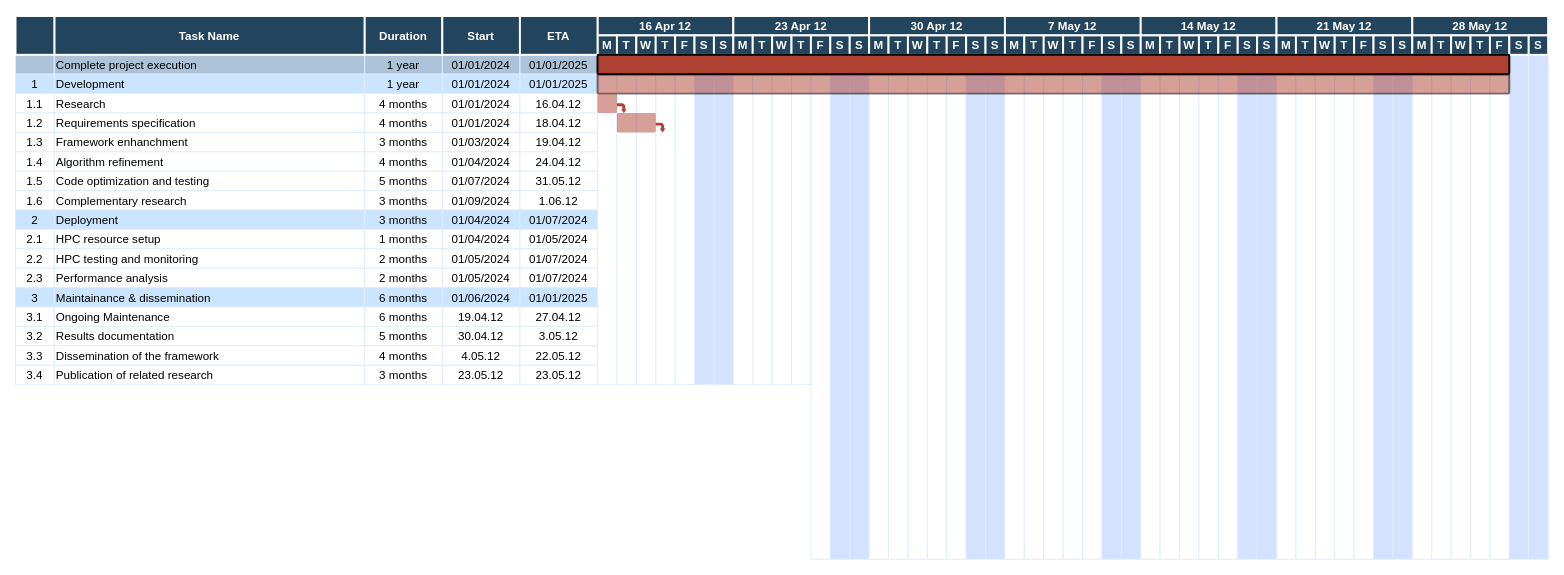
Above: docs/GANTT-cineca.drawio in josura/c2c-sepia (draw.io), before the change. Source tidied: cells renumbered, new cells numbered last; positions are measured from the earlier drawing's top-left corner, leaving out a move shared by most shapes. Both pictures are drawn from the tidied source at 97%, with x=0, y=0 at pixel (15, 16).
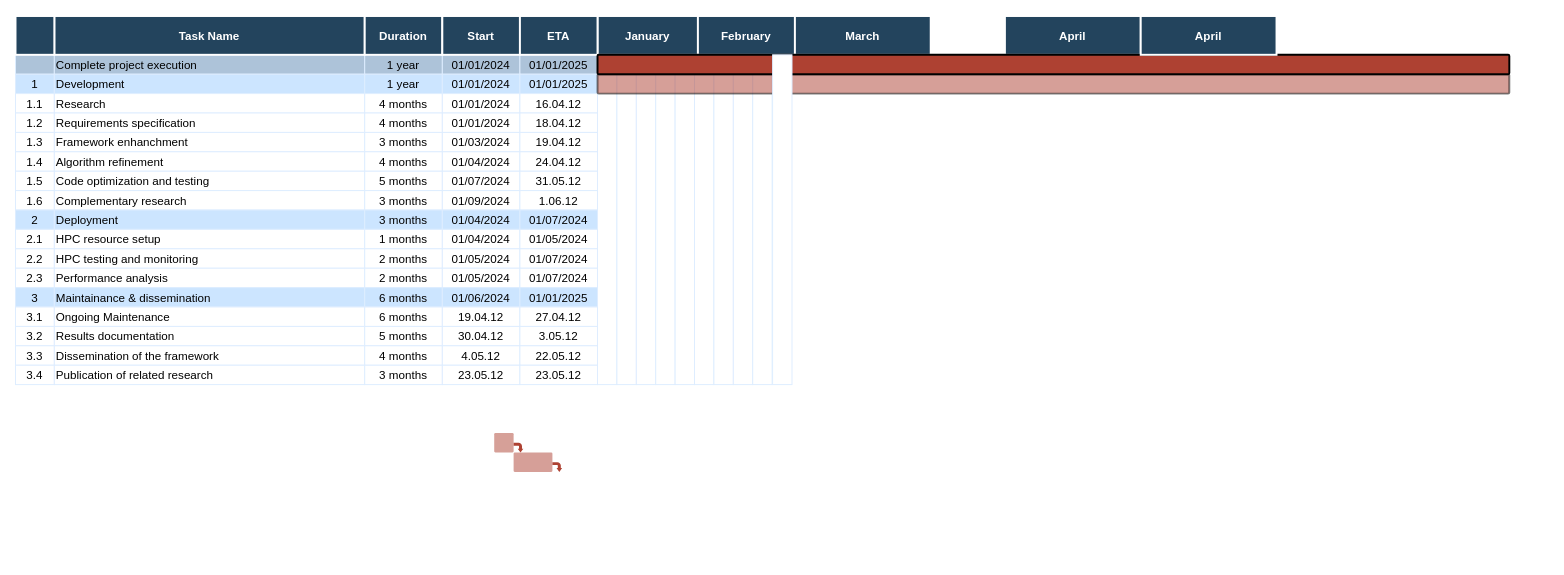
The same page after the edit.

Diff of the diagram source:
```diff
@@
-    <mxCell id="92" style="strokeColor=#DEEDFF;fillColor=#D4E1FF;" parent="1" vertex="1">
-      <mxGeometry x="700.5" y="40" width="20" height="340" as="geometry" />
-    </mxCell>
-    <mxCell id="93" style="strokeColor=#DEEDFF;fillColor=#D4E1FF;" parent="1" vertex="1">
-      <mxGeometry x="720.5" y="40" width="20" height="340" as="geometry" />
-    </mxCell>
     <mxCell id="94" style="strokeColor=#DEEDFF;" parent="1" vertex="1">
-      <mxGeometry x="740.5" y="40" width="20" height="340" as="geometry" />
+      <mxGeometry x="700.5" y="40" width="20" height="340" as="geometry" />
     </mxCell>
     <mxCell id="95" style="strokeColor=#DEEDFF;" parent="1" vertex="1">
-      <mxGeometry x="760.5" y="40" width="20" height="340" as="geometry" />
+      <mxGeometry x="720.5" y="40" width="20" height="340" as="geometry" />
     </mxCell>
     <mxCell id="96" style="strokeColor=#DEEDFF;" parent="1" vertex="1">
-      <mxGeometry x="780.5" y="40" width="20" height="340" as="geometry" />
+      <mxGeometry x="740.5" y="40" width="20" height="340" as="geometry" />
     </mxCell>
     <mxCell id="97" style="strokeColor=#DEEDFF;" parent="1" vertex="1">
-      <mxGeometry x="800.5" y="40" width="20" height="340" as="geometry" />
+      <mxGeometry x="760.5" y="40" width="20" height="340" as="geometry" />
     </mxCell>
-    <mxCell id="98" style="strokeColor=#DEEDFF;" parent="1" vertex="1">
-      <mxGeometry x="820.5" y="40" width="20" height="520" as="geometry" />
-    </mxCell>
-    <mxCell id="99" style="strokeColor=#DEEDFF;fillColor=#D4E1FF;" parent="1" vertex="1">
-      <mxGeometry x="840.5" y="40" width="20" height="520" as="geometry" />
-    </mxCell>
-    <mxCell id="100" style="strokeColor=#DEEDFF;fillColor=#D4E1FF;" parent="1" vertex="1">
-      <mxGeometry x="860.5" y="40" width="20" height="520" as="geometry" />
-    </mxCell>
-    <mxCell id="101" style="strokeColor=#DEEDFF;" parent="1" vertex="1">
-      <mxGeometry x="880.5" y="40" width="20" height="520" as="geometry" />
-    </mxCell>
-    <mxCell id="102" style="strokeColor=#DEEDFF;" parent="1" vertex="1">
-      <mxGeometry x="900.5" y="40" width="20" height="520" as="geometry" />
-    </mxCell>
-    <mxCell id="103" style="strokeColor=#DEEDFF;" parent="1" vertex="1">
-      <mxGeometry x="920.5" y="40" width="20" height="520" as="geometry" />
-    </mxCell>
-    <mxCell id="104" style="strokeColor=#DEEDFF;" parent="1" vertex="1">
-      <mxGeometry x="940.5" y="40" width="20" height="520" as="geometry" />
-    </mxCell>
-    <mxCell id="105" style="strokeColor=#DEEDFF;" parent="1" vertex="1">
-      <mxGeometry x="960.5" y="40" width="20" height="520" as="geometry" />
-    </mxCell>
-    <mxCell id="106" style="strokeColor=#DEEDFF;fillColor=#D4E1FF;" parent="1" vertex="1">
-      <mxGeometry x="980.5" y="40" width="20" height="520" as="geometry" />
-    </mxCell>
-    <mxCell id="107" style="strokeColor=#DEEDFF;fillColor=#D4E1FF;" parent="1" vertex="1">
-      <mxGeometry x="1000.5" y="40" width="20" height="520" as="geometry" />
-    </mxCell>
-    <mxCell id="108" style="strokeColor=#DEEDFF;" parent="1" vertex="1">
-      <mxGeometry x="1020.5" y="40" width="20" height="520" as="geometry" />
-    </mxCell>
-    <mxCell id="109" style="strokeColor=#DEEDFF;" parent="1" vertex="1">
-      <mxGeometry x="1040.5" y="40" width="20" height="520" as="geometry" />
-    </mxCell>
-    <mxCell id="110" style="strokeColor=#DEEDFF;" parent="1" vertex="1">
-      <mxGeometry x="1060.5" y="40" width="20" height="520" as="geometry" />
-    </mxCell>
-    <mxCell id="111" style="strokeColor=#DEEDFF;" parent="1" vertex="1">
-      <mxGeometry x="1080.5" y="40" width="20" height="520" as="geometry" />
-    </mxCell>
-    <mxCell id="112" style="strokeColor=#DEEDFF;" parent="1" vertex="1">
-      <mxGeometry x="1100.5" y="40" width="20" height="520" as="geometry" />
-    </mxCell>
-    <mxCell id="113" style="strokeColor=#DEEDFF;fillColor=#D4E1FF;" parent="1" vertex="1">
-      <mxGeometry x="1120.5" y="40" width="20" height="520" as="geometry" />
-    </mxCell>
-    <mxCell id="114" style="strokeColor=#DEEDFF;fillColor=#D4E1FF;" parent="1" vertex="1">
-      <mxGeometry x="1140.5" y="40" width="20" height="520" as="geometry" />
-    </mxCell>
-    <mxCell id="115" style="strokeColor=#DEEDFF;" parent="1" vertex="1">
-      <mxGeometry x="1160.5" y="40" width="20" height="520" as="geometry" />
-    </mxCell>
-    <mxCell id="116" style="strokeColor=#DEEDFF;" parent="1" vertex="1">
-      <mxGeometry x="1180.5" y="40" width="20" height="520" as="geometry" />
-    </mxCell>
-    <mxCell id="117" style="strokeColor=#DEEDFF;" parent="1" vertex="1">
-      <mxGeometry x="1200.5" y="40" width="20" height="520" as="geometry" />
-    </mxCell>
-    <mxCell id="118" style="strokeColor=#DEEDFF;" parent="1" vertex="1">
-      <mxGeometry x="1220.5" y="40" width="20" height="520" as="geometry" />
-    </mxCell>
-    <mxCell id="119" style="strokeColor=#DEEDFF;" parent="1" vertex="1">
-      <mxGeometry x="1240.5" y="40" width="20" height="520" as="geometry" />
-    </mxCell>
-    <mxCell id="120" style="strokeColor=#DEEDFF;fillColor=#D4E1FF;" parent="1" vertex="1">
-      <mxGeometry x="1260.5" y="40" width="20" height="520" as="geometry" />
-    </mxCell>
-    <mxCell id="121" style="strokeColor=#DEEDFF;fillColor=#D4E1FF;" parent="1" vertex="1">
-      <mxGeometry x="1280.5" y="40" width="20" height="520" as="geometry" />
-    </mxCell>
-    <mxCell id="122" style="strokeColor=#DEEDFF;" parent="1" vertex="1">
-      <mxGeometry x="1300.5" y="40" width="20" height="520" as="geometry" />
-    </mxCell>
-    <mxCell id="123" style="strokeColor=#DEEDFF;" parent="1" vertex="1">
-      <mxGeometry x="1320.5" y="40" width="20" height="520" as="geometry" />
-    </mxCell>
-    <mxCell id="124" style="strokeColor=#DEEDFF;" parent="1" vertex="1">
-      <mxGeometry x="1340.5" y="40" width="20" height="520" as="geometry" />
-    </mxCell>
-    <mxCell id="125" style="strokeColor=#DEEDFF;" parent="1" vertex="1">
-      <mxGeometry x="1360.5" y="40" width="20" height="520" as="geometry" />
-    </mxCell>
-    <mxCell id="126" style="strokeColor=#DEEDFF;" parent="1" vertex="1">
-      <mxGeometry x="1380.5" y="40" width="20" height="520" as="geometry" />
-    </mxCell>
-    <mxCell id="127" style="strokeColor=#DEEDFF;fillColor=#D4E1FF;" parent="1" vertex="1">
-      <mxGeometry x="1400.5" y="40" width="20" height="520" as="geometry" />
-    </mxCell>
-    <mxCell id="128" style="strokeColor=#DEEDFF;fillColor=#D4E1FF;" parent="1" vertex="1">
-      <mxGeometry x="1420.5" y="40" width="20" height="520" as="geometry" />
-    </mxCell>
-    <mxCell id="129" style="strokeColor=#DEEDFF;" parent="1" vertex="1">
-      <mxGeometry x="1440.5" y="40" width="20" height="520" as="geometry" />
-    </mxCell>
-    <mxCell id="130" style="strokeColor=#DEEDFF;" parent="1" vertex="1">
-      <mxGeometry x="1460.5" y="40" width="20" height="520" as="geometry" />
-    </mxCell>
-    <mxCell id="131" style="strokeColor=#DEEDFF;" parent="1" vertex="1">
-      <mxGeometry x="1480.5" y="40" width="20" height="520" as="geometry" />
-    </mxCell>
-    <mxCell id="132" style="strokeColor=#DEEDFF;" parent="1" vertex="1">
-      <mxGeometry x="1500.5" y="40" width="20" height="520" as="geometry" />
-    </mxCell>
-    <mxCell id="133" style="strokeColor=#DEEDFF;" parent="1" vertex="1">
-      <mxGeometry x="1520.5" y="40" width="20" height="520" as="geometry" />
-    </mxCell>
-    <mxCell id="134" style="strokeColor=#DEEDFF;fillColor=#D4E1FF;" parent="1" vertex="1">
-      <mxGeometry x="1540.5" y="40" width="20" height="520" as="geometry" />
-    </mxCell>
-    <mxCell id="135" style="strokeColor=#DEEDFF;fillColor=#D4E1FF;" parent="1" vertex="1">
-      <mxGeometry x="1560.5" y="40" width="20" height="520" as="geometry" />
-    </mxCell>
@@
-    <mxCell id="138" value="16 Apr 12" style="fillColor=#23445D;strokeColor=#FFFFFF;strokeWidth=2;fontColor=#FFFFFF;fontStyle=1;" parent="1" vertex="1">
-      <mxGeometry x="600.5" width="140" height="20" as="geometry" />
+    <mxCell id="138" value="January" style="fillColor=#23445D;strokeColor=#FFFFFF;strokeWidth=2;fontColor=#FFFFFF;fontStyle=1;" parent="1" vertex="1">
+      <mxGeometry x="600.5" width="103.5" height="40" as="geometry" />
     </mxCell>
-    <mxCell id="139" value="M" style="fillColor=#23445D;strokeColor=#FFFFFF;strokeWidth=2;fontColor=#FFFFFF;fontStyle=1;" parent="1" vertex="1">
-      <mxGeometry x="600.5" y="20" width="20" height="20" as="geometry" />
-    </mxCell>
-    <mxCell id="140" value="T" style="fillColor=#23445D;strokeColor=#FFFFFF;strokeWidth=2;fontColor=#FFFFFF;fontStyle=1;" parent="1" vertex="1">
-      <mxGeometry x="620.5" y="20" width="20" height="20" as="geometry" />
-    </mxCell>
-    <mxCell id="141" value="W" style="fillColor=#23445D;strokeColor=#FFFFFF;strokeWidth=2;fontColor=#FFFFFF;fontStyle=1;" parent="1" vertex="1">
-      <mxGeometry x="640.5" y="20" width="20" height="20" as="geometry" />
-    </mxCell>
-    <mxCell id="142" value="T" style="fillColor=#23445D;strokeColor=#FFFFFF;strokeWidth=2;fontColor=#FFFFFF;fontStyle=1;" parent="1" vertex="1">
-      <mxGeometry x="660.5" y="20" width="20" height="20" as="geometry" />
-    </mxCell>
-    <mxCell id="143" value="F" style="fillColor=#23445D;strokeColor=#FFFFFF;strokeWidth=2;fontColor=#FFFFFF;fontStyle=1;" parent="1" vertex="1">
-      <mxGeometry x="680.5" y="20" width="20" height="20" as="geometry" />
-    </mxCell>
-    <mxCell id="144" value="S" style="fillColor=#23445D;strokeColor=#FFFFFF;strokeWidth=2;fontColor=#FFFFFF;fontStyle=1;" parent="1" vertex="1">
-      <mxGeometry x="700.5" y="20" width="20" height="20" as="geometry" />
-    </mxCell>
-    <mxCell id="145" value="S" style="fillColor=#23445D;strokeColor=#FFFFFF;strokeWidth=2;fontColor=#FFFFFF;fontStyle=1;" parent="1" vertex="1">
-      <mxGeometry x="720.5" y="20" width="20" height="20" as="geometry" />
-    </mxCell>
@@
-    <mxCell id="149" value="23 Apr 12" style="fillColor=#23445D;strokeColor=#FFFFFF;strokeWidth=2;fontColor=#FFFFFF;fontStyle=1;" parent="1" vertex="1">
-      <mxGeometry x="740.5" width="140" height="20" as="geometry" />
+    <mxCell id="149" value="February" style="fillColor=#23445D;strokeColor=#FFFFFF;strokeWidth=2;fontColor=#FFFFFF;fontStyle=1;" parent="1" vertex="1">
+      <mxGeometry x="704" width="100" height="40" as="geometry" />
     </mxCell>
-    <mxCell id="150" value="M" style="fillColor=#23445D;strokeColor=#FFFFFF;strokeWidth=2;fontColor=#FFFFFF;fontStyle=1;" parent="1" vertex="1">
-      <mxGeometry x="740.5" y="20" width="20" height="20" as="geometry" />
-    </mxCell>
-    <mxCell id="151" value="T" style="fillColor=#23445D;strokeColor=#FFFFFF;strokeWidth=2;fontColor=#FFFFFF;fontStyle=1;" parent="1" vertex="1">
-      <mxGeometry x="760.5" y="20" width="20" height="20" as="geometry" />
-    </mxCell>
-    <mxCell id="152" value="W" style="fillColor=#23445D;strokeColor=#FFFFFF;strokeWidth=2;fontColor=#FFFFFF;fontStyle=1;" parent="1" vertex="1">
-      <mxGeometry x="780.5" y="20" width="20" height="20" as="geometry" />
-    </mxCell>
-    <mxCell id="153" value="T" style="fillColor=#23445D;strokeColor=#FFFFFF;strokeWidth=2;fontColor=#FFFFFF;fontStyle=1;" parent="1" vertex="1">
-      <mxGeometry x="800.5" y="20" width="20" height="20" as="geometry" />
-    </mxCell>
-    <mxCell id="154" value="F" style="fillColor=#23445D;strokeColor=#FFFFFF;strokeWidth=2;fontColor=#FFFFFF;fontStyle=1;" parent="1" vertex="1">
-      <mxGeometry x="820.5" y="20" width="20" height="20" as="geometry" />
-    </mxCell>
-    <mxCell id="155" value="S" style="fillColor=#23445D;strokeColor=#FFFFFF;strokeWidth=2;fontColor=#FFFFFF;fontStyle=1;" parent="1" vertex="1">
-      <mxGeometry x="840.5" y="20" width="20" height="20" as="geometry" />
-    </mxCell>
-    <mxCell id="156" value="S" style="fillColor=#23445D;strokeColor=#FFFFFF;strokeWidth=2;fontColor=#FFFFFF;fontStyle=1;" parent="1" vertex="1">
-      <mxGeometry x="860.5" y="20" width="20" height="20" as="geometry" />
-    </mxCell>
-    <mxCell id="157" value="30 Apr 12" style="fillColor=#23445D;strokeColor=#FFFFFF;strokeWidth=2;fontColor=#FFFFFF;fontStyle=1;" parent="1" vertex="1">
-      <mxGeometry x="880.5" width="140" height="20" as="geometry" />
-    </mxCell>
-    <mxCell id="158" value="M" style="fillColor=#23445D;strokeColor=#FFFFFF;strokeWidth=2;fontColor=#FFFFFF;fontStyle=1;" parent="1" vertex="1">
-      <mxGeometry x="880.5" y="20" width="20" height="20" as="geometry" />
-    </mxCell>
-    <mxCell id="159" value="T" style="fillColor=#23445D;strokeColor=#FFFFFF;strokeWidth=2;fontColor=#FFFFFF;fontStyle=1;" parent="1" vertex="1">
-      <mxGeometry x="900.5" y="20" width="20" height="20" as="geometry" />
-    </mxCell>
-    <mxCell id="160" value="W" style="fillColor=#23445D;strokeColor=#FFFFFF;strokeWidth=2;fontColor=#FFFFFF;fontStyle=1;" parent="1" vertex="1">
-      <mxGeometry x="920.5" y="20" width="20" height="20" as="geometry" />
-    </mxCell>
-    <mxCell id="161" value="T" style="fillColor=#23445D;strokeColor=#FFFFFF;strokeWidth=2;fontColor=#FFFFFF;fontStyle=1;" parent="1" vertex="1">
-      <mxGeometry x="940.5" y="20" width="20" height="20" as="geometry" />
-    </mxCell>
-    <mxCell id="162" value="F" style="fillColor=#23445D;strokeColor=#FFFFFF;strokeWidth=2;fontColor=#FFFFFF;fontStyle=1;" parent="1" vertex="1">
-      <mxGeometry x="960.5" y="20" width="20" height="20" as="geometry" />
-    </mxCell>
-    <mxCell id="163" value="S" style="fillColor=#23445D;strokeColor=#FFFFFF;strokeWidth=2;fontColor=#FFFFFF;fontStyle=1;" parent="1" vertex="1">
-      <mxGeometry x="980.5" y="20" width="20" height="20" as="geometry" />
-    </mxCell>
-    <mxCell id="164" value="S" style="fillColor=#23445D;strokeColor=#FFFFFF;strokeWidth=2;fontColor=#FFFFFF;fontStyle=1;" parent="1" vertex="1">
-      <mxGeometry x="1000.5" y="20" width="20" height="20" as="geometry" />
-    </mxCell>
-    <mxCell id="165" value="7 May 12" style="fillColor=#23445D;strokeColor=#FFFFFF;strokeWidth=2;fontColor=#FFFFFF;fontStyle=1;" parent="1" vertex="1">
-      <mxGeometry x="1020.5" width="140" height="20" as="geometry" />
-    </mxCell>
-    <mxCell id="166" value="M" style="fillColor=#23445D;strokeColor=#FFFFFF;strokeWidth=2;fontColor=#FFFFFF;fontStyle=1;" parent="1" vertex="1">
-      <mxGeometry x="1020.5" y="20" width="20" height="20" as="geometry" />
-    </mxCell>
-    <mxCell id="167" value="T" style="fillColor=#23445D;strokeColor=#FFFFFF;strokeWidth=2;fontColor=#FFFFFF;fontStyle=1;" parent="1" vertex="1">
-      <mxGeometry x="1040.5" y="20" width="20" height="20" as="geometry" />
-    </mxCell>
-    <mxCell id="168" value="W" style="fillColor=#23445D;strokeColor=#FFFFFF;strokeWidth=2;fontColor=#FFFFFF;fontStyle=1;" parent="1" vertex="1">
-      <mxGeometry x="1060.5" y="20" width="20" height="20" as="geometry" />
-    </mxCell>
-    <mxCell id="169" value="T" style="fillColor=#23445D;strokeColor=#FFFFFF;strokeWidth=2;fontColor=#FFFFFF;fontStyle=1;" parent="1" vertex="1">
-      <mxGeometry x="1080.5" y="20" width="20" height="20" as="geometry" />
-    </mxCell>
-    <mxCell id="170" value="F" style="fillColor=#23445D;strokeColor=#FFFFFF;strokeWidth=2;fontColor=#FFFFFF;fontStyle=1;" parent="1" vertex="1">
-      <mxGeometry x="1100.5" y="20" width="20" height="20" as="geometry" />
-    </mxCell>
-    <mxCell id="171" value="S" style="fillColor=#23445D;strokeColor=#FFFFFF;strokeWidth=2;fontColor=#FFFFFF;fontStyle=1;" parent="1" vertex="1">
-      <mxGeometry x="1120.5" y="20" width="20" height="20" as="geometry" />
-    </mxCell>
-    <mxCell id="172" value="S" style="fillColor=#23445D;strokeColor=#FFFFFF;strokeWidth=2;fontColor=#FFFFFF;fontStyle=1;" parent="1" vertex="1">
-      <mxGeometry x="1140.5" y="20" width="20" height="20" as="geometry" />
-    </mxCell>
-    <mxCell id="173" value="14 May 12" style="fillColor=#23445D;strokeColor=#FFFFFF;strokeWidth=2;fontColor=#FFFFFF;fontStyle=1;" parent="1" vertex="1">
-      <mxGeometry x="1160.5" width="140" height="20" as="geometry" />
-    </mxCell>
-    <mxCell id="174" value="M" style="fillColor=#23445D;strokeColor=#FFFFFF;strokeWidth=2;fontColor=#FFFFFF;fontStyle=1;" parent="1" vertex="1">
-      <mxGeometry x="1160.5" y="20" width="20" height="20" as="geometry" />
-    </mxCell>
-    <mxCell id="175" value="T" style="fillColor=#23445D;strokeColor=#FFFFFF;strokeWidth=2;fontColor=#FFFFFF;fontStyle=1;" parent="1" vertex="1">
-      <mxGeometry x="1180.5" y="20" width="20" height="20" as="geometry" />
-    </mxCell>
-    <mxCell id="176" value="W" style="fillColor=#23445D;strokeColor=#FFFFFF;strokeWidth=2;fontColor=#FFFFFF;fontStyle=1;" parent="1" vertex="1">
-      <mxGeometry x="1200.5" y="20" width="20" height="20" as="geometry" />
-    </mxCell>
-    <mxCell id="177" value="T" style="fillColor=#23445D;strokeColor=#FFFFFF;strokeWidth=2;fontColor=#FFFFFF;fontStyle=1;" parent="1" vertex="1">
-      <mxGeometry x="1220.5" y="20" width="20" height="20" as="geometry" />
-    </mxCell>
-    <mxCell id="178" value="F" style="fillColor=#23445D;strokeColor=#FFFFFF;strokeWidth=2;fontColor=#FFFFFF;fontStyle=1;" parent="1" vertex="1">
-      <mxGeometry x="1240.5" y="20" width="20" height="20" as="geometry" />
-    </mxCell>
-    <mxCell id="179" value="S" style="fillColor=#23445D;strokeColor=#FFFFFF;strokeWidth=2;fontColor=#FFFFFF;fontStyle=1;" parent="1" vertex="1">
-      <mxGeometry x="1260.5" y="20" width="20" height="20" as="geometry" />
-    </mxCell>
-    <mxCell id="180" value="S" style="fillColor=#23445D;strokeColor=#FFFFFF;strokeWidth=2;fontColor=#FFFFFF;fontStyle=1;" parent="1" vertex="1">
-      <mxGeometry x="1280.5" y="20" width="20" height="20" as="geometry" />
-    </mxCell>
-    <mxCell id="181" value="21 May 12" style="fillColor=#23445D;strokeColor=#FFFFFF;strokeWidth=2;fontColor=#FFFFFF;fontStyle=1;" parent="1" vertex="1">
-      <mxGeometry x="1300.5" width="140" height="20" as="geometry" />
-    </mxCell>
-    <mxCell id="182" value="M" style="fillColor=#23445D;strokeColor=#FFFFFF;strokeWidth=2;fontColor=#FFFFFF;fontStyle=1;" parent="1" vertex="1">
-      <mxGeometry x="1300.5" y="20" width="20" height="20" as="geometry" />
-    </mxCell>
-    <mxCell id="183" value="T" style="fillColor=#23445D;strokeColor=#FFFFFF;strokeWidth=2;fontColor=#FFFFFF;fontStyle=1;" parent="1" vertex="1">
-      <mxGeometry x="1320.5" y="20" width="20" height="20" as="geometry" />
-    </mxCell>
-    <mxCell id="184" value="W" style="fillColor=#23445D;strokeColor=#FFFFFF;strokeWidth=2;fontColor=#FFFFFF;fontStyle=1;" parent="1" vertex="1">
-      <mxGeometry x="1340.5" y="20" width="20" height="20" as="geometry" />
-    </mxCell>
-    <mxCell id="185" value="T" style="fillColor=#23445D;strokeColor=#FFFFFF;strokeWidth=2;fontColor=#FFFFFF;fontStyle=1;" parent="1" vertex="1">
-      <mxGeometry x="1360.5" y="20" width="20" height="20" as="geometry" />
-    </mxCell>
-    <mxCell id="186" value="F" style="fillColor=#23445D;strokeColor=#FFFFFF;strokeWidth=2;fontColor=#FFFFFF;fontStyle=1;" parent="1" vertex="1">
-      <mxGeometry x="1380.5" y="20" width="20" height="20" as="geometry" />
-    </mxCell>
-    <mxCell id="187" value="S" style="fillColor=#23445D;strokeColor=#FFFFFF;strokeWidth=2;fontColor=#FFFFFF;fontStyle=1;" parent="1" vertex="1">
-      <mxGeometry x="1400.5" y="20" width="20" height="20" as="geometry" />
-    </mxCell>
-    <mxCell id="188" value="S" style="fillColor=#23445D;strokeColor=#FFFFFF;strokeWidth=2;fontColor=#FFFFFF;fontStyle=1;" parent="1" vertex="1">
-      <mxGeometry x="1420.5" y="20" width="20" height="20" as="geometry" />
-    </mxCell>
-    <mxCell id="189" value="28 May 12" style="fillColor=#23445D;strokeColor=#FFFFFF;strokeWidth=2;fontColor=#FFFFFF;fontStyle=1;" parent="1" vertex="1">
-      <mxGeometry x="1440.5" width="140" height="20" as="geometry" />
-    </mxCell>
-    <mxCell id="190" value="M" style="fillColor=#23445D;strokeColor=#FFFFFF;strokeWidth=2;fontColor=#FFFFFF;fontStyle=1;" parent="1" vertex="1">
-      <mxGeometry x="1440.5" y="20" width="20" height="20" as="geometry" />
-    </mxCell>
-    <mxCell id="191" value="T" style="fillColor=#23445D;strokeColor=#FFFFFF;strokeWidth=2;fontColor=#FFFFFF;fontStyle=1;" parent="1" vertex="1">
-      <mxGeometry x="1460.5" y="20" width="20" height="20" as="geometry" />
-    </mxCell>
-    <mxCell id="192" value="W" style="fillColor=#23445D;strokeColor=#FFFFFF;strokeWidth=2;fontColor=#FFFFFF;fontStyle=1;" parent="1" vertex="1">
-      <mxGeometry x="1480.5" y="20" width="20" height="20" as="geometry" />
-    </mxCell>
-    <mxCell id="193" value="T" style="fillColor=#23445D;strokeColor=#FFFFFF;strokeWidth=2;fontColor=#FFFFFF;fontStyle=1;" parent="1" vertex="1">
-      <mxGeometry x="1500.5" y="20" width="20" height="20" as="geometry" />
-    </mxCell>
-    <mxCell id="194" value="F" style="fillColor=#23445D;strokeColor=#FFFFFF;strokeWidth=2;fontColor=#FFFFFF;fontStyle=1;" parent="1" vertex="1">
-      <mxGeometry x="1520.5" y="20" width="20" height="20" as="geometry" />
-    </mxCell>
-    <mxCell id="195" value="S" style="fillColor=#23445D;strokeColor=#FFFFFF;strokeWidth=2;fontColor=#FFFFFF;fontStyle=1;" parent="1" vertex="1">
-      <mxGeometry x="1540.5" y="20" width="20" height="20" as="geometry" />
-    </mxCell>
-    <mxCell id="196" value="S" style="fillColor=#23445D;strokeColor=#FFFFFF;strokeWidth=2;fontColor=#FFFFFF;fontStyle=1;" parent="1" vertex="1">
-      <mxGeometry x="1560.5" y="20" width="20" height="20" as="geometry" />
-    </mxCell>
@@
-    <mxCell id="198" style="shape=mxgraph.arrows.bent_right_arrow;fillColor=#AE4132;strokeColor=none;strokeWidth=2;direction=south;" parent="1" vertex="1">
-      <mxGeometry x="620.5" y="90" width="10" height="10" as="geometry" />
-    </mxCell>
-    <mxCell id="199" style="shape=mxgraph.flowchart.process;fillColor=#AE4132;strokeColor=none;strokeWidth=2;opacity=50;" parent="1" vertex="1">
-      <mxGeometry x="600.5" y="80" width="20" height="20" as="geometry" />
-    </mxCell>
-    <mxCell id="200" style="shape=mxgraph.flowchart.process;fillColor=#AE4132;strokeColor=none;strokeWidth=2;opacity=50;" parent="1" vertex="1">
-      <mxGeometry x="620.5" y="100" width="40" height="20" as="geometry" />
-    </mxCell>
-    <mxCell id="201" style="shape=mxgraph.arrows.bent_right_arrow;fillColor=#AE4132;strokeColor=none;strokeWidth=2;direction=south;" parent="1" vertex="1">
-      <mxGeometry x="660.5" y="110" width="10" height="10" as="geometry" />
-    </mxCell>
+    <mxCell id="203" style="shape=mxgraph.arrows.bent_right_arrow;fillColor=#AE4132;strokeColor=none;strokeWidth=2;direction=south;" parent="1" vertex="1">
+      <mxGeometry x="514" y="440" width="10" height="10" as="geometry" />
+    </mxCell>
+    <mxCell id="204" style="shape=mxgraph.flowchart.process;fillColor=#AE4132;strokeColor=none;strokeWidth=2;opacity=50;" parent="1" vertex="1">
+      <mxGeometry x="494" y="430" width="20" height="20" as="geometry" />
+    </mxCell>
+    <mxCell id="205" style="shape=mxgraph.flowchart.process;fillColor=#AE4132;strokeColor=none;strokeWidth=2;opacity=50;" parent="1" vertex="1">
+      <mxGeometry x="514" y="450" width="40" height="20" as="geometry" />
+    </mxCell>
+    <mxCell id="206" style="shape=mxgraph.arrows.bent_right_arrow;fillColor=#AE4132;strokeColor=none;strokeWidth=2;direction=south;" parent="1" vertex="1">
+      <mxGeometry x="554" y="460" width="10" height="10" as="geometry" />
+    </mxCell>
+    <mxCell id="207" value="March" style="fillColor=#23445D;strokeColor=#FFFFFF;strokeWidth=2;fontColor=#FFFFFF;fontStyle=1;" parent="1" vertex="1">
+      <mxGeometry x="804" width="140" height="40" as="geometry" />
+    </mxCell>
+    <mxCell id="208" value="April" style="fillColor=#23445D;strokeColor=#FFFFFF;strokeWidth=2;fontColor=#FFFFFF;fontStyle=1;" parent="1" vertex="1">
+      <mxGeometry x="1020.5" width="140" height="40" as="geometry" />
+    </mxCell>
@@
+    <mxCell id="209" value="April" style="fillColor=#23445D;strokeColor=#FFFFFF;strokeWidth=2;fontColor=#FFFFFF;fontStyle=1;" parent="1" vertex="1">
+      <mxGeometry x="1160.5" width="140" height="40" as="geometry" />
+    </mxCell>
+    <mxCell id="210" style="strokeColor=#DEEDFF;" parent="1" vertex="1">
+      <mxGeometry x="781" y="40" width="20" height="340" as="geometry" />
+    </mxCell>
```
